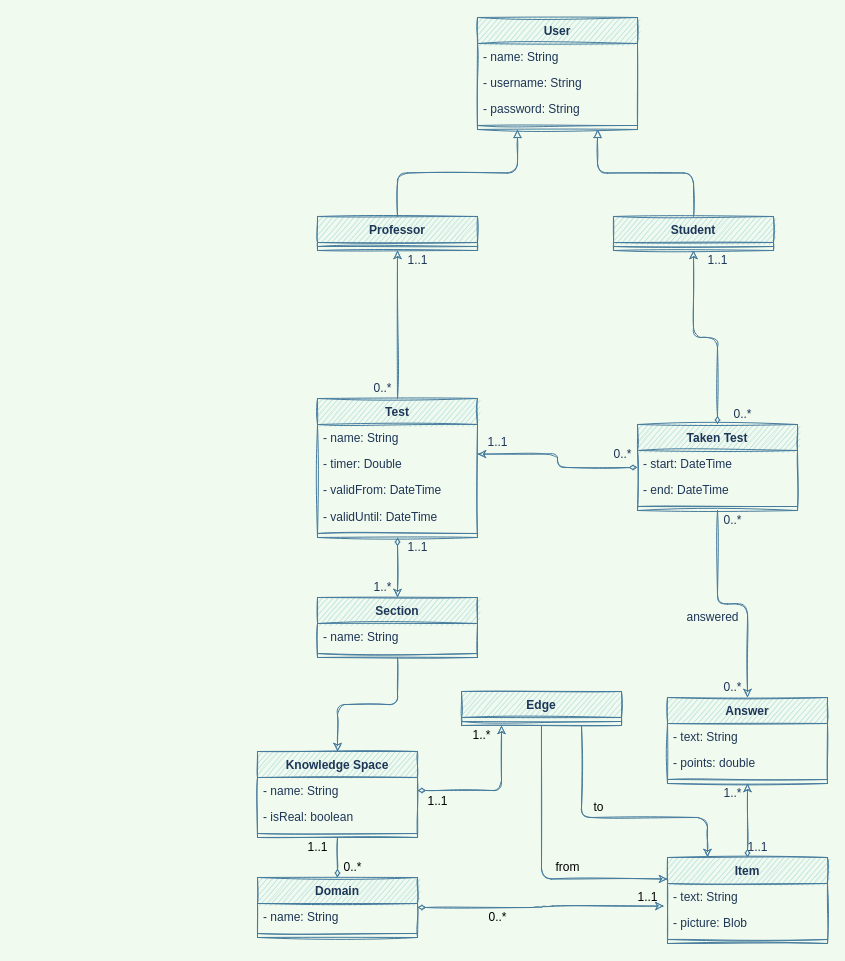
The draw.io diagram docs/class-diagram.drawio in mikecitt/knowledge-space-testing-app, before the edit. Source tidied: cells renumbered, new cells numbered last; positions are measured from the earlier drawing's top-left corner, leaving out a move shared by most shapes. Both pictures are drawn from the tidied source at 100%, with x=0, y=0 at pixel (257, 17).
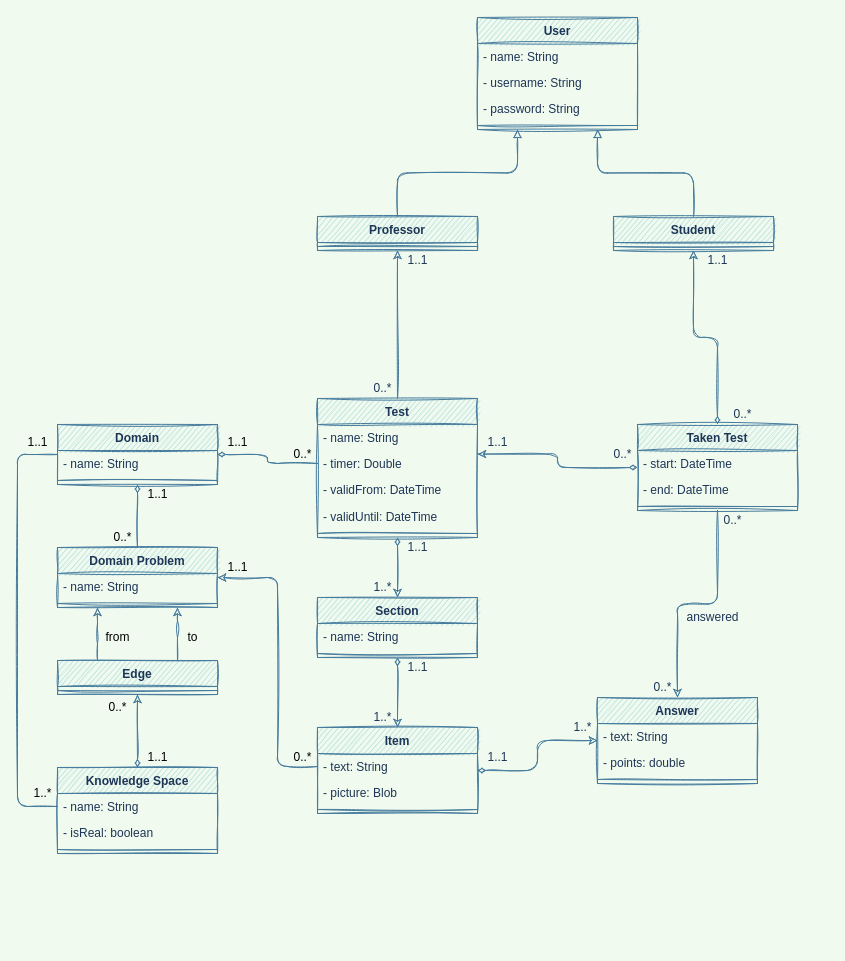
After the change.

Commit message:
Updated class diagram

Unchanged cells that the change refers to:
```xml
<mxCell id="17" value="- timer: Double" style="text;strokeColor=none;fillColor=none;align=left;verticalAlign=top;spacingLeft=4;spacingRight=4;overflow=hidden;points=[[0,0.5],[1,0.5]];portConstraint=eastwest;fontColor=#1D3557;sketch=1;" parent="15" vertex="1">
  <mxGeometry y="52" width="160" height="26" as="geometry" />
</mxCell>
<mxCell id="22" value="- text: String" style="text;strokeColor=none;fillColor=none;align=left;verticalAlign=top;spacingLeft=4;spacingRight=4;overflow=hidden;points=[[0,0.5],[1,0.5]];portConstraint=eastwest;fontColor=#1D3557;sketch=1;" parent="21" vertex="1">
  <mxGeometry y="26" width="160" height="26" as="geometry" />
</mxCell>
<mxCell id="43" value="Section" style="swimlane;fontStyle=1;align=center;verticalAlign=top;horizontal=1;startSize=26;fillColor=#A8DADC;strokeColor=#457B9D;fontColor=#1D3557;sketch=1;" parent="1" vertex="1">
  <mxGeometry x="60" y="580" width="160" height="60" as="geometry" />
</mxCell>
```

What changed in the source:
```diff
@@
     <mxCell id="21" value="Item" style="swimlane;fontStyle=1;align=center;verticalAlign=top;horizontal=1;startSize=26;fillColor=#A8DADC;strokeColor=#457B9D;fontColor=#1D3557;sketch=1;" parent="1" vertex="1">
-      <mxGeometry x="410" y="840" width="160" height="86" as="geometry" />
+      <mxGeometry x="60" y="710" width="160" height="86" as="geometry" />
     </mxCell>
@@
     <mxCell id="25" value="Answer" style="swimlane;fontStyle=1;align=center;verticalAlign=top;horizontal=1;startSize=26;fillColor=#A8DADC;strokeColor=#457B9D;fontColor=#1D3557;sketch=1;" parent="1" vertex="1">
-      <mxGeometry x="410" y="680" width="160" height="86" as="geometry" />
+      <mxGeometry x="340" y="680" width="160" height="86" as="geometry" />
     </mxCell>
@@
-    <mxCell id="42" style="edgeStyle=orthogonalEdgeStyle;rounded=1;jettySize=auto;html=1;entryX=0.5;entryY=0;entryDx=0;entryDy=0;startArrow=none;startFill=0;endArrow=classic;fontColor=#1D3557;strokeColor=#457B9D;labelBackgroundColor=#F1FAEE;sketch=1;" parent="1" edge="1" source="43" target="61">
-      <mxGeometry relative="1" as="geometry" />
-    </mxCell>
+    <mxCell id="76" style="edgeStyle=orthogonalEdgeStyle;jettySize=auto;html=1;entryX=0.5;entryY=0;entryDx=0;entryDy=0;startArrow=diamondThin;startFill=1;strokeColor=#457B9D;fontColor=#1D3557;labelBackgroundColor=#F1FAEE;sketch=1;" parent="1" edge="1" source="43" target="21">
+      <mxGeometry relative="1" as="geometry" />
+    </mxCell>
@@
+    <mxCell id="77" value="1..1" style="text;html=1;align=center;verticalAlign=middle;strokeColor=none;fillColor=none;fontColor=#1D3557;sketch=1;" parent="1" vertex="1">
+      <mxGeometry x="140" y="640" width="40" height="20" as="geometry" />
+    </mxCell>
+    <mxCell id="78" value="1..*" style="text;html=1;align=center;verticalAlign=middle;strokeColor=none;fillColor=none;fontColor=#1D3557;sketch=1;" parent="1" vertex="1">
+      <mxGeometry x="110" y="690" width="30" height="20" as="geometry" />
+    </mxCell>
@@
     <mxCell id="49" value="1..1" style="text;html=1;align=center;verticalAlign=middle;strokeColor=none;fillColor=none;fontColor=#1D3557;sketch=1;" parent="1" vertex="1">
-      <mxGeometry x="480" y="820" width="40" height="20" as="geometry" />
+      <mxGeometry x="220" y="730" width="40" height="20" as="geometry" />
     </mxCell>
     <mxCell id="50" value="1..*" style="text;html=1;align=center;verticalAlign=middle;strokeColor=none;fillColor=none;fontColor=#1D3557;sketch=1;" parent="1" vertex="1">
-      <mxGeometry x="460" y="766" width="30" height="20" as="geometry" />
+      <mxGeometry x="310" y="700" width="30" height="20" as="geometry" />
     </mxCell>
@@
     <mxCell id="53" value="0..*" style="text;html=1;align=center;verticalAlign=middle;strokeColor=none;fillColor=none;fontColor=#1D3557;sketch=1;" parent="1" vertex="1">
-      <mxGeometry x="460" y="660" width="30" height="20" as="geometry" />
+      <mxGeometry x="390" y="660" width="30" height="20" as="geometry" />
     </mxCell>
-    <mxCell id="54" style="edgeStyle=orthogonalEdgeStyle;rounded=1;jettySize=auto;html=1;entryX=-0.022;entryY=0.869;entryDx=0;entryDy=0;fontColor=#1D3557;strokeColor=#457B9D;labelBackgroundColor=#F1FAEE;startFill=1;startArrow=diamondThin;sketch=1;entryPerimeter=0;" parent="1" edge="1" source="56" target="22">
-      <mxGeometry relative="1" as="geometry" />
-    </mxCell>
-    <mxCell id="55" style="edgeStyle=orthogonalEdgeStyle;rounded=1;jettySize=auto;html=1;entryX=0.5;entryY=1;entryDx=0;entryDy=0;startArrow=diamondThin;startFill=1;fontColor=#1D3557;strokeColor=#457B9D;labelBackgroundColor=#F1FAEE;sketch=1;endArrow=none;endFill=0;" parent="1" edge="1" source="56" target="61">
-      <mxGeometry relative="1" as="geometry" />
-    </mxCell>
+    <mxCell id="79" style="edgeStyle=orthogonalEdgeStyle;rounded=1;jettySize=auto;html=1;entryX=0;entryY=0.5;entryDx=0;entryDy=0;labelBackgroundColor=#F1FAEE;strokeColor=#457B9D;fontColor=#1D3557;endFill=0;startArrow=diamondThin;startFill=1;sketch=1;endArrow=none;" parent="1" edge="1" source="56" target="17">
+      <mxGeometry relative="1" as="geometry" />
+    </mxCell>
+    <mxCell id="80" style="edgeStyle=orthogonalEdgeStyle;rounded=1;jettySize=auto;html=1;entryX=0.5;entryY=0;entryDx=0;entryDy=0;labelBackgroundColor=#F1FAEE;strokeColor=#457B9D;fontColor=#1D3557;endFill=0;startArrow=diamondThin;startFill=0;sketch=1;endArrow=none;" parent="1" edge="1" source="56" target="87">
+      <mxGeometry relative="1" as="geometry" />
+    </mxCell>
+    <mxCell id="81" style="edgeStyle=orthogonalEdgeStyle;rounded=1;jettySize=auto;html=1;entryX=0;entryY=0.5;entryDx=0;entryDy=0;startArrow=none;startFill=0;endArrow=none;endFill=0;labelBackgroundColor=#F1FAEE;strokeColor=#457B9D;fontColor=#1D3557;sketch=1;" parent="1" edge="1" source="56" target="91">
+      <mxGeometry relative="1" as="geometry">
+        <Array as="points">
+          <mxPoint x="-240" y="437" />
+          <mxPoint x="-240" y="789" />
+        </Array>
+      </mxGeometry>
+    </mxCell>
     <mxCell id="56" value="Domain" style="swimlane;fontStyle=1;align=center;verticalAlign=top;horizontal=1;startSize=26;fillColor=#A8DADC;strokeColor=#457B9D;fontColor=#1D3557;sketch=1;" parent="1" vertex="1">
-      <mxGeometry y="860" width="160" height="60" as="geometry" />
+      <mxGeometry x="-200" y="407" width="160" height="60" as="geometry" />
     </mxCell>
-    <mxCell id="57" value="- name: String" style="text;strokeColor=none;fillColor=none;align=left;verticalAlign=top;spacingLeft=4;spacingRight=4;overflow=hidden;fontColor=#1D3557;sketch=1;" parent="56" vertex="1">
-      <mxGeometry y="26" width="160" height="26" as="geometry" />
-    </mxCell>
-    <mxCell id="58" style="line;strokeWidth=1;fillColor=none;align=left;verticalAlign=middle;spacingTop=-1;spacingLeft=3;spacingRight=3;labelPosition=right;strokeColor=#457B9D;fontColor=#1D3557;labelBackgroundColor=#F1FAEE;sketch=1;" parent="56" vertex="1">
-      <mxGeometry y="52" width="160" height="8" as="geometry" />
-    </mxCell>
-    <mxCell id="59" value="1..1" style="text;html=1;align=center;verticalAlign=middle;strokeColor=none;fillColor=none;" parent="1" vertex="1">
-      <mxGeometry x="370" y="870" width="40" height="20" as="geometry" />
-    </mxCell>
-    <mxCell id="60" value="0..*" style="text;html=1;align=center;verticalAlign=middle;strokeColor=none;fillColor=none;" parent="1" vertex="1">
-      <mxGeometry x="225" y="890" width="30" height="20" as="geometry" />
-    </mxCell>
+    <mxCell id="82" value="- name: String" style="text;strokeColor=none;fillColor=none;align=left;verticalAlign=top;spacingLeft=4;spacingRight=4;overflow=hidden;fontColor=#1D3557;sketch=1;" parent="56" vertex="1">
+      <mxGeometry y="26" width="160" height="26" as="geometry" />
+    </mxCell>
+    <mxCell id="83" style="line;strokeWidth=1;fillColor=none;align=left;verticalAlign=middle;spacingTop=-1;spacingLeft=3;spacingRight=3;labelPosition=right;strokeColor=#457B9D;fontColor=#1D3557;labelBackgroundColor=#F1FAEE;sketch=1;" parent="56" vertex="1">
+      <mxGeometry y="52" width="160" height="8" as="geometry" />
+    </mxCell>
+    <mxCell id="84" style="edgeStyle=orthogonalEdgeStyle;rounded=1;jettySize=auto;html=1;entryX=0;entryY=0.5;entryDx=0;entryDy=0;startArrow=classic;startFill=0;endArrow=none;endFill=0;labelBackgroundColor=#F1FAEE;strokeColor=#457B9D;fontColor=#1D3557;sketch=1;" parent="1" edge="1" source="87" target="22">
+      <mxGeometry relative="1" as="geometry">
+        <Array as="points">
+          <mxPoint x="20" y="560" />
+          <mxPoint x="20" y="749" />
+        </Array>
+      </mxGeometry>
+    </mxCell>
+    <mxCell id="85" style="edgeStyle=orthogonalEdgeStyle;rounded=1;jettySize=auto;html=1;entryX=0.75;entryY=0;entryDx=0;entryDy=0;startArrow=classic;startFill=0;endArrow=none;endFill=0;labelBackgroundColor=#F1FAEE;strokeColor=#457B9D;fontColor=#1D3557;sketch=1;" parent="1" edge="1" source="87" target="69">
+      <mxGeometry relative="1" as="geometry">
+        <Array as="points">
+          <mxPoint x="-80" y="610" />
+          <mxPoint x="-80" y="610" />
+        </Array>
+      </mxGeometry>
+    </mxCell>
+    <mxCell id="86" style="edgeStyle=orthogonalEdgeStyle;rounded=1;jettySize=auto;html=1;entryX=0.25;entryY=0;entryDx=0;entryDy=0;startArrow=classic;startFill=0;endArrow=none;endFill=0;labelBackgroundColor=#F1FAEE;strokeColor=#457B9D;fontColor=#1D3557;sketch=1;" parent="1" edge="1" source="87" target="69">
+      <mxGeometry relative="1" as="geometry">
+        <Array as="points">
+          <mxPoint x="-160" y="616" />
+          <mxPoint x="-160" y="616" />
+        </Array>
+      </mxGeometry>
+    </mxCell>
+    <mxCell id="87" value="Domain Problem" style="swimlane;fontStyle=1;align=center;verticalAlign=top;horizontal=1;startSize=26;fillColor=#A8DADC;strokeColor=#457B9D;fontColor=#1D3557;sketch=1;" parent="1" vertex="1">
+      <mxGeometry x="-200" y="530" width="160" height="60" as="geometry" />
+    </mxCell>
+    <mxCell id="88" value="- name: String" style="text;strokeColor=none;fillColor=none;align=left;verticalAlign=top;spacingLeft=4;spacingRight=4;overflow=hidden;fontColor=#1D3557;sketch=1;" parent="87" vertex="1">
+      <mxGeometry y="26" width="160" height="26" as="geometry" />
+    </mxCell>
+    <mxCell id="89" style="line;strokeWidth=1;fillColor=none;align=left;verticalAlign=middle;spacingTop=-1;spacingLeft=3;spacingRight=3;labelPosition=right;strokeColor=#457B9D;fontColor=#1D3557;labelBackgroundColor=#F1FAEE;sketch=1;" parent="87" vertex="1">
+      <mxGeometry y="52" width="160" height="8" as="geometry" />
+    </mxCell>
+    <mxCell id="90" style="edgeStyle=orthogonalEdgeStyle;rounded=1;jettySize=auto;html=1;entryX=0.5;entryY=1;entryDx=0;entryDy=0;startArrow=diamondThin;startFill=1;endArrow=classic;endFill=0;labelBackgroundColor=#F1FAEE;strokeColor=#457B9D;fontColor=#1D3557;sketch=1;" parent="1" edge="1" source="61" target="69">
+      <mxGeometry relative="1" as="geometry" />
+    </mxCell>
     <mxCell id="61" value="Knowledge Space" style="swimlane;fontStyle=1;align=center;verticalAlign=top;horizontal=1;startSize=26;fillColor=#A8DADC;strokeColor=#457B9D;fontColor=#1D3557;sketch=1;" parent="1" vertex="1">
-      <mxGeometry y="734" width="160" height="86" as="geometry" />
+      <mxGeometry x="-200" y="750" width="160" height="86" as="geometry" />
     </mxCell>
-    <mxCell id="62" value="- name: String" style="text;strokeColor=none;fillColor=none;align=left;verticalAlign=top;spacingLeft=4;spacingRight=4;overflow=hidden;points=[[0,0.5],[1,0.5]];portConstraint=eastwest;fontColor=#1D3557;sketch=1;" parent="61" vertex="1">
-      <mxGeometry y="26" width="160" height="26" as="geometry" />
-    </mxCell>
+    <mxCell id="91" value="- name: String" style="text;strokeColor=none;fillColor=none;align=left;verticalAlign=top;spacingLeft=4;spacingRight=4;overflow=hidden;points=[[0,0.5],[1,0.5]];portConstraint=eastwest;fontColor=#1D3557;sketch=1;" parent="61" vertex="1">
+      <mxGeometry y="26" width="160" height="26" as="geometry" />
+    </mxCell>
@@
-    <mxCell id="65" value="0..*" style="text;html=1;align=center;verticalAlign=middle;strokeColor=none;fillColor=none;" parent="1" vertex="1">
-      <mxGeometry x="80" y="840" width="30" height="20" as="geometry" />
-    </mxCell>
-    <mxCell id="66" value="1..1" style="text;html=1;align=center;verticalAlign=middle;strokeColor=none;fillColor=none;" parent="1" vertex="1">
-      <mxGeometry x="40" y="820" width="40" height="20" as="geometry" />
-    </mxCell>
-    <mxCell id="67" style="edgeStyle=orthogonalEdgeStyle;rounded=1;jettySize=auto;html=1;exitX=0.75;exitY=1;exitDx=0;exitDy=0;startArrow=none;startFill=0;endArrow=classic;entryX=0.25;entryY=0;entryDx=0;entryDy=0;fontColor=#1D3557;strokeColor=#457B9D;labelBackgroundColor=#F1FAEE;sketch=1;" parent="1" edge="1" source="69" target="21">
-      <mxGeometry relative="1" as="geometry">
-        <Array as="points">
-          <mxPoint x="324" y="800" />
-          <mxPoint x="450" y="800" />
-        </Array>
-      </mxGeometry>
-    </mxCell>
-    <mxCell id="68" style="edgeStyle=orthogonalEdgeStyle;rounded=1;jettySize=auto;html=1;exitX=0.5;exitY=1;exitDx=0;exitDy=0;startArrow=none;startFill=0;endArrow=classic;entryX=0;entryY=0.25;entryDx=0;entryDy=0;fontColor=#1D3557;strokeColor=#457B9D;labelBackgroundColor=#F1FAEE;sketch=1;" parent="1" edge="1" source="69" target="21">
-      <mxGeometry relative="1" as="geometry" />
-    </mxCell>
+    <mxCell id="92" value="1..1" style="text;html=1;align=center;verticalAlign=middle;strokeColor=none;fillColor=none;" parent="1" vertex="1">
+      <mxGeometry x="-40" y="415" width="40" height="20" as="geometry" />
+    </mxCell>
+    <mxCell id="93" value="0..*" style="text;html=1;align=center;verticalAlign=middle;strokeColor=none;fillColor=none;" parent="1" vertex="1">
+      <mxGeometry x="30" y="427" width="30" height="20" as="geometry" />
+    </mxCell>
+    <mxCell id="94" value="1..1" style="text;html=1;align=center;verticalAlign=middle;strokeColor=none;fillColor=none;" parent="1" vertex="1">
+      <mxGeometry x="-120" y="467" width="40" height="20" as="geometry" />
+    </mxCell>
+    <mxCell id="95" value="0..*" style="text;html=1;align=center;verticalAlign=middle;strokeColor=none;fillColor=none;" parent="1" vertex="1">
+      <mxGeometry x="-150" y="510" width="30" height="20" as="geometry" />
+    </mxCell>
     <mxCell id="69" value="Edge" style="swimlane;fontStyle=1;align=center;verticalAlign=top;horizontal=1;startSize=26;fillColor=#A8DADC;strokeColor=#457B9D;fontColor=#1D3557;sketch=1;" parent="1" vertex="1">
-      <mxGeometry x="204" y="674" width="160" height="34" as="geometry" />
+      <mxGeometry x="-200" y="643" width="160" height="34" as="geometry" />
     </mxCell>
@@
-    <mxCell id="71" style="edgeStyle=orthogonalEdgeStyle;rounded=1;jettySize=auto;html=1;exitX=1;exitY=0.5;exitDx=0;exitDy=0;entryX=0.25;entryY=1;entryDx=0;entryDy=0;startArrow=diamondThin;startFill=1;endArrow=classic;fontColor=#1D3557;strokeColor=#457B9D;labelBackgroundColor=#F1FAEE;sketch=1;" parent="1" edge="1" source="62" target="69">
-      <mxGeometry relative="1" as="geometry" />
-    </mxCell>
-    <mxCell id="72" value="1..1" style="text;html=1;align=center;verticalAlign=middle;strokeColor=none;fillColor=none;" parent="1" vertex="1">
-      <mxGeometry x="160" y="774" width="40" height="20" as="geometry" />
-    </mxCell>
+    <mxCell id="96" value="1..1" style="text;html=1;align=center;verticalAlign=middle;strokeColor=none;fillColor=none;" parent="1" vertex="1">
+      <mxGeometry x="-40" y="540" width="40" height="20" as="geometry" />
+    </mxCell>
+    <mxCell id="97" value="0..*" style="text;html=1;align=center;verticalAlign=middle;strokeColor=none;fillColor=none;" parent="1" vertex="1">
+      <mxGeometry x="30" y="730" width="30" height="20" as="geometry" />
+    </mxCell>
+    <mxCell id="75" value="to" style="text;html=1;align=center;verticalAlign=middle;strokeColor=none;fillColor=none;" parent="1" vertex="1">
+      <mxGeometry x="-80" y="610" width="30" height="20" as="geometry" />
+    </mxCell>
+    <mxCell id="74" value="from" style="text;html=1;align=center;verticalAlign=middle;strokeColor=none;fillColor=none;" parent="1" vertex="1">
+      <mxGeometry x="-160" y="610" width="40" height="20" as="geometry" />
+    </mxCell>
+    <mxCell id="98" value="0..*" style="text;html=1;align=center;verticalAlign=middle;strokeColor=none;fillColor=none;" parent="1" vertex="1">
+      <mxGeometry x="-155" y="680" width="30" height="20" as="geometry" />
+    </mxCell>
+    <mxCell id="99" value="1..1" style="text;html=1;align=center;verticalAlign=middle;strokeColor=none;fillColor=none;" parent="1" vertex="1">
+      <mxGeometry x="-120" y="730" width="40" height="20" as="geometry" />
+    </mxCell>
+    <mxCell id="100" value="1..1" style="text;html=1;align=center;verticalAlign=middle;strokeColor=none;fillColor=none;" parent="1" vertex="1">
+      <mxGeometry x="-240" y="415" width="40" height="20" as="geometry" />
+    </mxCell>
     <mxCell id="73" value="1..*" style="text;html=1;align=center;verticalAlign=middle;strokeColor=none;fillColor=none;" parent="1" vertex="1">
-      <mxGeometry x="209" y="708" width="30" height="20" as="geometry" />
+      <mxGeometry x="-230" y="766" width="30" height="20" as="geometry" />
     </mxCell>
-    <mxCell id="74" value="from" style="text;html=1;align=center;verticalAlign=middle;strokeColor=none;fillColor=none;" parent="1" vertex="1">
-      <mxGeometry x="290" y="840" width="40" height="20" as="geometry" />
-    </mxCell>
-    <mxCell id="75" value="to" style="text;html=1;align=center;verticalAlign=middle;strokeColor=none;fillColor=none;" parent="1" vertex="1">
-      <mxGeometry x="326" y="780" width="30" height="20" as="geometry" />
-    </mxCell>
```
